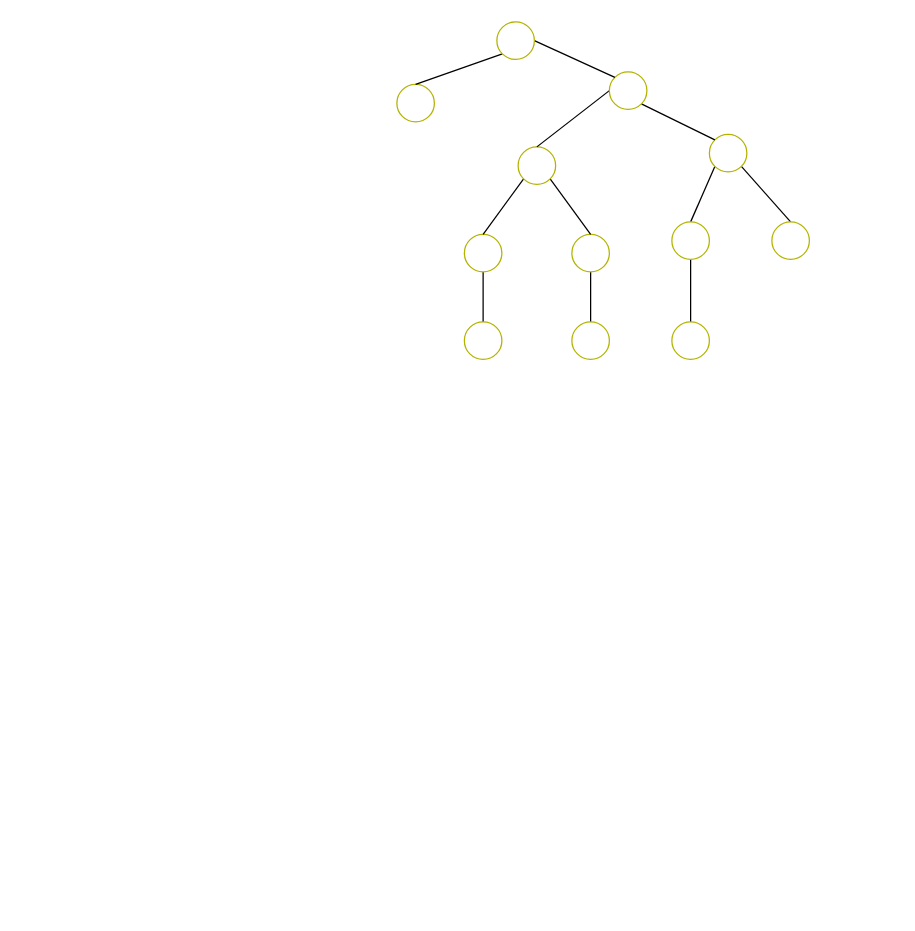
Above: tree week 3.drawio in pasca15/Random (draw.io), before the change. Source tidied: cells renumbered, new cells numbered last; positions are measured from the earlier drawing's top-left corner, leaving out a move shared by most shapes. Both pictures are drawn from the tidied source at 125%, with x=0, y=0 at pixel (396, 21).
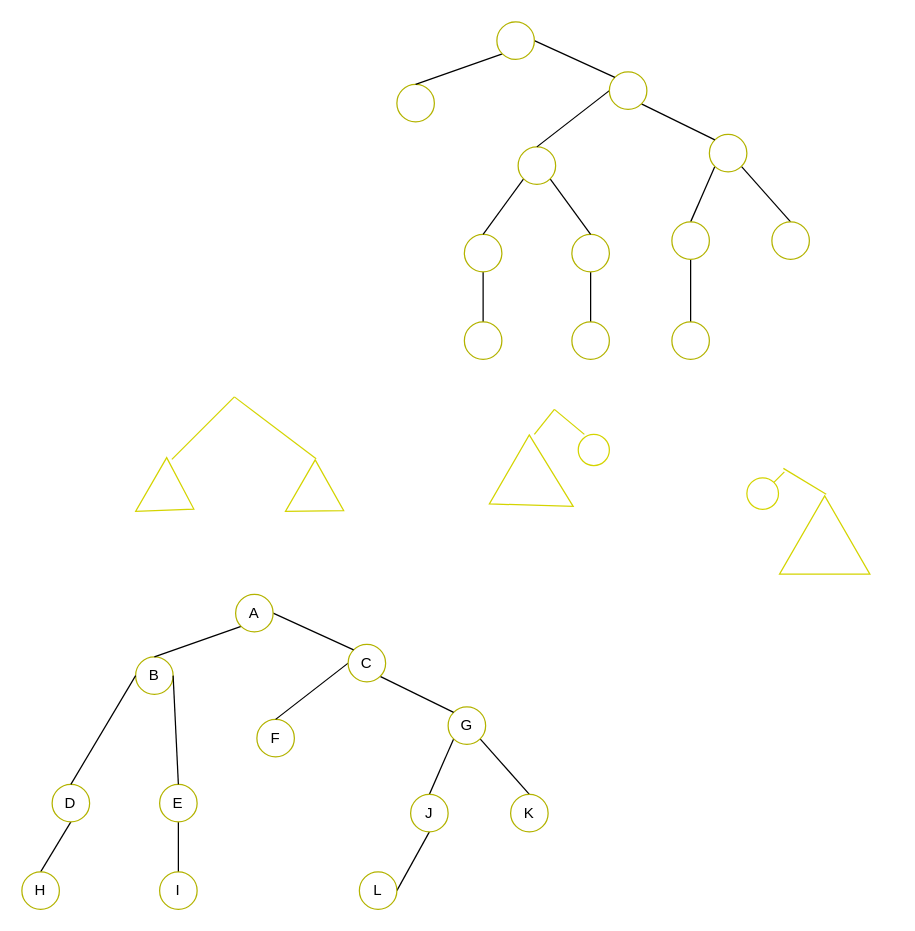
Above is the later version.

Change to the diagram source:
```diff
@@
+    <mxCell id="25" style="triangle;whiteSpace=wrap;html=1;rotation=30;strokeColor=#D4D400;" parent="1" vertex="1">
+      <mxGeometry x="-199.2" y="355.1" width="39.4" height="49.6" as="geometry" />
+    </mxCell>
+    <mxCell id="26" style="triangle;whiteSpace=wrap;html=1;rotation=30;strokeColor=#D4D400;" parent="1" vertex="1">
+      <mxGeometry x="-79.9" y="357.2" width="40" height="47.5" as="geometry" />
+    </mxCell>
+    <mxCell id="27" style="endArrow=none;html=1;rounded=0;strokeColor=#D4D400;" parent="1" edge="1">
+      <mxGeometry relative="1" as="geometry">
+        <mxPoint x="-180" y="350" as="sourcePoint" />
+        <mxPoint x="-130" y="300" as="targetPoint" />
+      </mxGeometry>
+    </mxCell>
+    <mxCell id="28" style="endArrow=none;html=1;rounded=0;entryX=0.007;entryY=-0.023;entryDx=0;entryDy=0;entryPerimeter=0;strokeColor=#D4D400;" parent="1" edge="1" target="26">
+      <mxGeometry relative="1" as="geometry">
+        <mxPoint x="-130" y="300" as="sourcePoint" />
+      </mxGeometry>
+    </mxCell>
+    <mxCell id="29" style="triangle;whiteSpace=wrap;html=1;rotation=30;strokeColor=#D4D400;" parent="1" vertex="1">
+      <mxGeometry x="86" y="340.9" width="59" height="63.8" as="geometry" />
+    </mxCell>
+    <mxCell id="30" style="endArrow=none;html=1;rounded=0;strokeColor=#D4D400;" parent="1" edge="1">
+      <mxGeometry relative="1" as="geometry">
+        <mxPoint x="110" y="330" as="sourcePoint" />
+        <mxPoint x="126" y="310" as="targetPoint" />
+      </mxGeometry>
+    </mxCell>
+    <mxCell id="31" style="endArrow=none;html=1;rounded=0;strokeColor=#D4D400;" parent="1" edge="1">
+      <mxGeometry relative="1" as="geometry">
+        <mxPoint x="126" y="310" as="sourcePoint" />
+        <mxPoint x="150" y="330" as="targetPoint" />
+      </mxGeometry>
+    </mxCell>
+    <mxCell id="32" style="ellipse;whiteSpace=wrap;html=1;strokeColor=#D4D400;" parent="1" vertex="1">
+      <mxGeometry x="145.1" y="330.1" width="24.9" height="24.9" as="geometry" />
+    </mxCell>
+    <mxCell id="33" style="triangle;whiteSpace=wrap;html=1;rotation=30;strokeColor=#D4D400;" parent="1" vertex="1">
+      <mxGeometry x="320" y="390" width="62.6" height="72.3" as="geometry" />
+    </mxCell>
+    <mxCell id="34" style="endArrow=none;html=1;rounded=0;entryX=0.007;entryY=-0.023;entryDx=0;entryDy=0;entryPerimeter=0;strokeColor=#D4D400;" parent="1" edge="1" target="33">
+      <mxGeometry relative="1" as="geometry">
+        <mxPoint x="309.2" y="357.2" as="sourcePoint" />
+      </mxGeometry>
+    </mxCell>
+    <mxCell id="35" style="endArrow=none;html=1;rounded=0;strokeColor=#D4D400;" parent="1" edge="1" target="36">
+      <mxGeometry relative="1" as="geometry">
+        <mxPoint x="310" y="360" as="sourcePoint" />
+      </mxGeometry>
+    </mxCell>
+    <mxCell id="36" style="ellipse;whiteSpace=wrap;html=1;strokeColor=#D4D400;" parent="1" vertex="1">
+      <mxGeometry x="280" y="364.7" width="25.3" height="25.3" as="geometry" />
+    </mxCell>
+    <mxCell id="37" value="B" style="ellipse;whiteSpace=wrap;html=1;strokeColor=#B3B300;" parent="1" vertex="1">
+      <mxGeometry x="-209" y="508" width="30" height="30" as="geometry" />
+    </mxCell>
+    <mxCell id="38" style="rounded=0;jettySize=auto;html=1;exitX=0.5;exitY=1;exitDx=0;exitDy=0;entryX=0.5;entryY=0;entryDx=0;entryDy=0;endArrow=none;" parent="1" edge="1" source="39" target="42">
+      <mxGeometry relative="1" as="geometry" />
+    </mxCell>
+    <mxCell id="39" value="D" style="ellipse;whiteSpace=wrap;html=1;strokeColor=#B3B300;" parent="1" vertex="1">
+      <mxGeometry x="-275.8" y="610" width="30" height="30" as="geometry" />
+    </mxCell>
+    <mxCell id="40" style="edgeStyle=orthogonalEdgeStyle;rounded=0;jettySize=auto;html=1;endArrow=none;" parent="1" edge="1" source="41" target="43">
+      <mxGeometry relative="1" as="geometry" />
+    </mxCell>
+    <mxCell id="41" value="E" style="ellipse;whiteSpace=wrap;html=1;strokeColor=#B3B300;" parent="1" vertex="1">
+      <mxGeometry x="-189.8" y="610" width="30" height="30" as="geometry" />
+    </mxCell>
+    <mxCell id="42" value="H" style="ellipse;whiteSpace=wrap;html=1;strokeColor=#B3B300;" parent="1" vertex="1">
+      <mxGeometry x="-300" y="680" width="30" height="30" as="geometry" />
+    </mxCell>
+    <mxCell id="43" value="I" style="ellipse;whiteSpace=wrap;html=1;strokeColor=#B3B300;" parent="1" vertex="1">
+      <mxGeometry x="-189.8" y="680" width="30" height="30" as="geometry" />
+    </mxCell>
+    <mxCell id="44" style="rounded=0;jettySize=auto;html=1;entryX=0.5;entryY=0;entryDx=0;entryDy=0;endArrow=none;exitX=0;exitY=0.5;exitDx=0;exitDy=0;" parent="1" edge="1" source="37" target="39">
+      <mxGeometry relative="1" as="geometry" />
+    </mxCell>
+    <mxCell id="45" style="rounded=0;jettySize=auto;html=1;exitX=1;exitY=0.5;exitDx=0;exitDy=0;entryX=0.5;entryY=0;entryDx=0;entryDy=0;endArrow=none;" parent="1" edge="1" source="37" target="41">
+      <mxGeometry relative="1" as="geometry" />
+    </mxCell>
+    <mxCell id="46" value="F" style="ellipse;whiteSpace=wrap;html=1;strokeColor=#B3B300;" parent="1" vertex="1">
+      <mxGeometry x="-112" y="558" width="30" height="30" as="geometry" />
+    </mxCell>
+    <mxCell id="47" style="rounded=0;jettySize=auto;html=1;exitX=0;exitY=1;exitDx=0;exitDy=0;entryX=0.5;entryY=0;entryDx=0;entryDy=0;endArrow=none;" parent="1" edge="1" source="49" target="51">
+      <mxGeometry relative="1" as="geometry" />
+    </mxCell>
+    <mxCell id="48" style="rounded=0;jettySize=auto;html=1;exitX=1;exitY=1;exitDx=0;exitDy=0;entryX=0.5;entryY=0;entryDx=0;entryDy=0;endArrow=none;" parent="1" edge="1" source="49" target="52">
+      <mxGeometry relative="1" as="geometry" />
+    </mxCell>
+    <mxCell id="49" value="G" style="ellipse;whiteSpace=wrap;html=1;strokeColor=#B3B300;" parent="1" vertex="1">
+      <mxGeometry x="41" y="548" width="30" height="30" as="geometry" />
+    </mxCell>
+    <mxCell id="50" style="rounded=0;jettySize=auto;html=1;exitX=0.5;exitY=1;exitDx=0;exitDy=0;entryX=0.5;entryY=0;entryDx=0;entryDy=0;endArrow=none;" parent="1" edge="1" source="51" target="53">
+      <mxGeometry relative="1" as="geometry" />
+    </mxCell>
+    <mxCell id="51" value="J" style="ellipse;whiteSpace=wrap;html=1;strokeColor=#B3B300;" parent="1" vertex="1">
+      <mxGeometry x="11" y="618" width="30" height="30" as="geometry" />
+    </mxCell>
+    <mxCell id="52" value="K" style="ellipse;whiteSpace=wrap;html=1;strokeColor=#B3B300;" parent="1" vertex="1">
+      <mxGeometry x="91" y="618" width="30" height="30" as="geometry" />
+    </mxCell>
+    <mxCell id="53" value="L" style="ellipse;whiteSpace=wrap;html=1;strokeColor=#B3B300;direction=south;" parent="1" vertex="1">
+      <mxGeometry x="-30" y="680" width="30" height="30" as="geometry" />
+    </mxCell>
+    <mxCell id="54" style="rounded=0;jettySize=auto;html=1;exitX=0;exitY=0.5;exitDx=0;exitDy=0;entryX=0.5;entryY=0;entryDx=0;entryDy=0;endArrow=none;" parent="1" edge="1" source="56" target="46">
+      <mxGeometry relative="1" as="geometry" />
+    </mxCell>
+    <mxCell id="55" style="rounded=0;jettySize=auto;html=1;exitX=1;exitY=1;exitDx=0;exitDy=0;entryX=0;entryY=0;entryDx=0;entryDy=0;endArrow=none;" parent="1" edge="1" source="56" target="49">
+      <mxGeometry relative="1" as="geometry" />
+    </mxCell>
+    <mxCell id="56" value="C" style="ellipse;whiteSpace=wrap;html=1;strokeColor=#B3B300;" parent="1" vertex="1">
+      <mxGeometry x="-39" y="498" width="30" height="30" as="geometry" />
+    </mxCell>
+    <mxCell id="57" style="rounded=0;jettySize=auto;html=1;exitX=0;exitY=1;exitDx=0;exitDy=0;entryX=0.5;entryY=0;entryDx=0;entryDy=0;endArrow=none;" parent="1" edge="1" source="59" target="37">
+      <mxGeometry relative="1" as="geometry" />
+    </mxCell>
+    <mxCell id="58" style="rounded=0;jettySize=auto;html=1;exitX=1;exitY=0.5;exitDx=0;exitDy=0;entryX=0;entryY=0;entryDx=0;entryDy=0;endArrow=none;" parent="1" edge="1" source="59" target="56">
+      <mxGeometry relative="1" as="geometry" />
+    </mxCell>
+    <mxCell id="59" value="A" style="ellipse;whiteSpace=wrap;html=1;strokeColor=#B3B300;" parent="1" vertex="1">
+      <mxGeometry x="-129" y="458" width="30" height="30" as="geometry" />
+    </mxCell>
```
